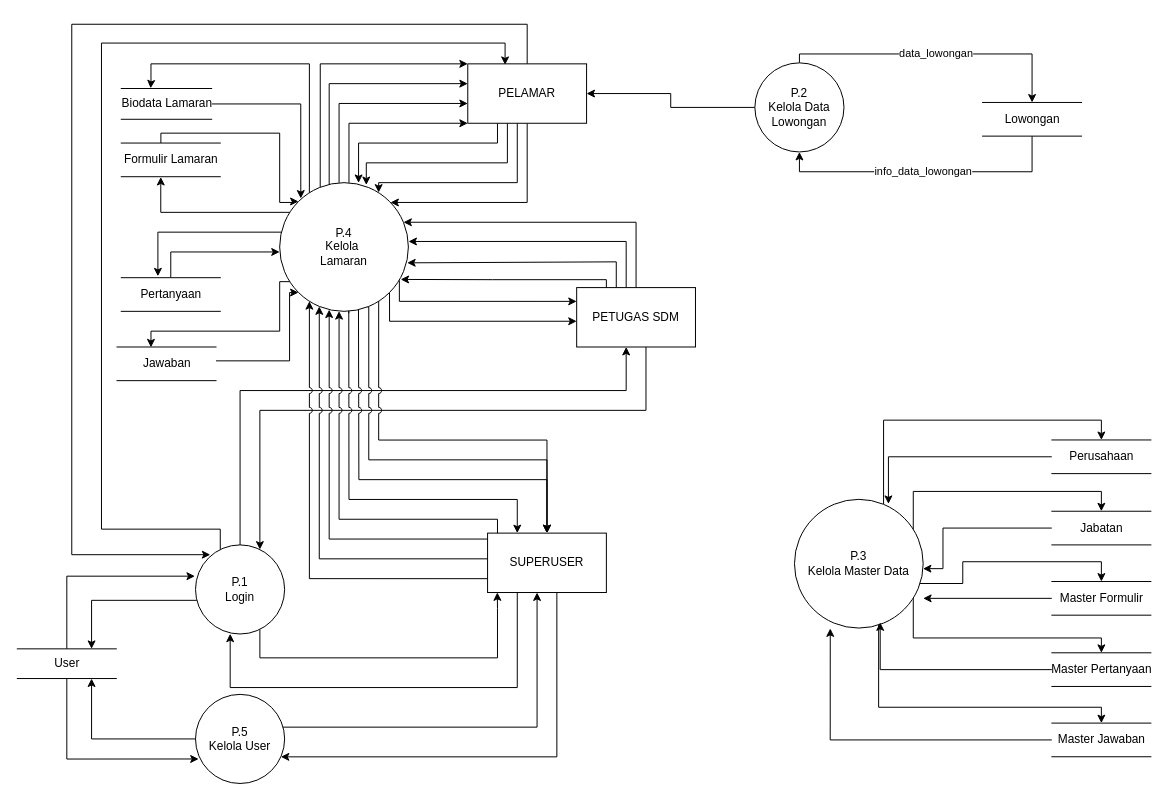
keys2505/tugas-akhir keeps this draw.io diagram as page "DFD 0" (2 of 7) of DFD v2.drawio. Above is the earlier version. Source tidied: cells renumbered, new cells numbered last; positions are measured from the earlier drawing's top-left corner, leaving out a move shared by most shapes. Both pictures are drawn from the tidied source at 99%, with x=0, y=0 at pixel (17, 24).
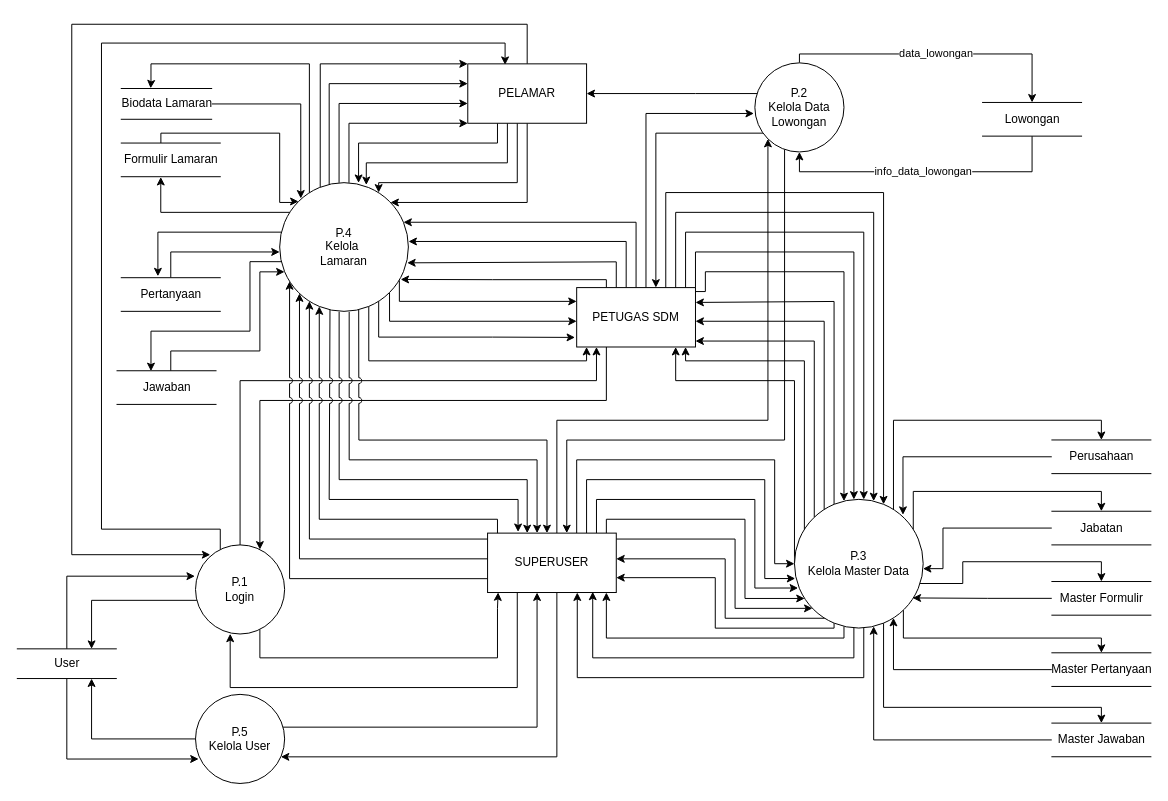
The same diagram, later.

Unchanged cells that the change refers to:
```xml
<mxCell id="6" value="&lt;div&gt;P.1&lt;/div&gt;&lt;div&gt;Login&lt;br&gt;&lt;/div&gt;" style="ellipse;whiteSpace=wrap;html=1;" parent="1" vertex="1">
  <mxGeometry x="180" y="525.9" width="90" height="90" as="geometry" />
</mxCell>
<mxCell id="12" value="PETUGAS SDM" style="rounded=0;whiteSpace=wrap;html=1;" parent="1" vertex="1">
  <mxGeometry x="565" y="266" width="120" height="60" as="geometry" />
</mxCell>
<mxCell id="18" value="PELAMAR" style="rounded=0;whiteSpace=wrap;html=1;" parent="1" vertex="1">
  <mxGeometry x="455" y="40" width="120" height="60" as="geometry" />
</mxCell>
<mxCell id="33" value="&lt;div&gt;P.2&lt;/div&gt;&lt;div&gt;Kelola Data Lowongan&lt;br&gt;&lt;/div&gt;" style="ellipse;whiteSpace=wrap;html=1;" parent="1" vertex="1">
  <mxGeometry x="745" y="39" width="90" height="90" as="geometry" />
</mxCell>
<mxCell id="39" value="&lt;div&gt;P.3&lt;/div&gt;&lt;div&gt;Kelola Master Data&lt;br&gt;&lt;/div&gt;" style="ellipse;whiteSpace=wrap;html=1;" parent="1" vertex="1">
  <mxGeometry x="785" y="479.9" width="130" height="130" as="geometry" />
</mxCell>
<mxCell id="54" value="&lt;div&gt;P.4&lt;/div&gt;&lt;div&gt;Kelola&amp;nbsp;&lt;/div&gt;&lt;div&gt;&lt;span style=&quot;background-color: initial;&quot;&gt;Lamaran&lt;/span&gt;&lt;br&gt;&lt;/div&gt;" style="ellipse;whiteSpace=wrap;html=1;" parent="1" vertex="1">
  <mxGeometry x="265" y="160" width="130" height="130" as="geometry" />
</mxCell>
<mxCell id="63" value="Master Formulir" style="html=1;dashed=0;whitespace=wrap;shape=partialRectangle;right=0;left=0;" parent="1" vertex="1">
  <mxGeometry x="1045" y="562.9" width="100" height="34" as="geometry" />
</mxCell>
<mxCell id="67" value="Perusahaan" style="html=1;dashed=0;whitespace=wrap;shape=partialRectangle;right=0;left=0;" parent="1" vertex="1">
  <mxGeometry x="1045" y="419.9" width="100" height="34" as="geometry" />
</mxCell>
<mxCell id="73" value="Master Pertanyaan" style="html=1;dashed=0;whitespace=wrap;shape=partialRectangle;right=0;left=0;" parent="1" vertex="1">
  <mxGeometry x="1045" y="634.9" width="100" height="34" as="geometry" />
</mxCell>
<mxCell id="75" value="Master Jawaban" style="html=1;dashed=0;whitespace=wrap;shape=partialRectangle;right=0;left=0;" parent="1" vertex="1">
  <mxGeometry x="1045" y="705.9" width="100" height="34" as="geometry" />
</mxCell>
```

The edit, as a diff of the source:
```diff
@@
     <mxCell id="3" style="edgeStyle=orthogonalEdgeStyle;rounded=0;jettySize=auto;html=1;" parent="1" edge="1" source="6" target="12">
       <mxGeometry relative="1" as="geometry">
         <Array as="points">
-          <mxPoint x="225" y="370" />
-          <mxPoint x="615" y="370" />
+          <mxPoint x="225" y="360" />
+          <mxPoint x="585" y="360" />
         </Array>
       </mxGeometry>
     </mxCell>
@@
     <mxCell id="7" style="edgeStyle=orthogonalEdgeStyle;rounded=0;jettySize=auto;html=1;" parent="1" edge="1" source="12" target="6">
       <mxGeometry relative="1" as="geometry">
         <Array as="points">
-          <mxPoint x="635" y="390" />
-          <mxPoint x="245" y="390" />
+          <mxPoint x="595" y="380" />
+          <mxPoint x="245" y="380" />
         </Array>
       </mxGeometry>
     </mxCell>
@@
+    <mxCell id="76" style="edgeStyle=orthogonalEdgeStyle;rounded=0;jettySize=auto;html=1;entryX=-0.011;entryY=0.568;entryDx=0;entryDy=0;entryPerimeter=0;" parent="1" edge="1" source="12" target="33">
+      <mxGeometry relative="1" as="geometry">
+        <Array as="points">
+          <mxPoint x="635" y="90" />
+        </Array>
+      </mxGeometry>
+    </mxCell>
+    <mxCell id="77" style="edgeStyle=orthogonalEdgeStyle;rounded=0;jettySize=auto;html=1;" parent="1" edge="1" source="12" target="39">
+      <mxGeometry relative="1" as="geometry">
+        <Array as="points">
+          <mxPoint x="665" y="190" />
+          <mxPoint x="865" y="190" />
+        </Array>
+      </mxGeometry>
+    </mxCell>
+    <mxCell id="78" style="edgeStyle=orthogonalEdgeStyle;rounded=0;jettySize=auto;html=1;" parent="1" edge="1" source="12" target="39">
+      <mxGeometry relative="1" as="geometry">
+        <Array as="points">
+          <mxPoint x="685" y="230" />
+          <mxPoint x="845" y="230" />
+        </Array>
+      </mxGeometry>
+    </mxCell>
+    <mxCell id="79" style="edgeStyle=orthogonalEdgeStyle;rounded=0;jettySize=auto;html=1;" parent="1" edge="1" source="12" target="39">
+      <mxGeometry relative="1" as="geometry">
+        <Array as="points">
+          <mxPoint x="655" y="170" />
+          <mxPoint x="875" y="170" />
+        </Array>
+      </mxGeometry>
+    </mxCell>
+    <mxCell id="80" style="edgeStyle=orthogonalEdgeStyle;rounded=0;jettySize=auto;html=1;" parent="1" edge="1" source="12" target="39">
+      <mxGeometry relative="1" as="geometry">
+        <Array as="points">
+          <mxPoint x="675" y="210" />
+          <mxPoint x="855" y="210" />
+        </Array>
+      </mxGeometry>
+    </mxCell>
+    <mxCell id="81" style="edgeStyle=orthogonalEdgeStyle;rounded=0;jettySize=auto;html=1;" parent="1" edge="1" source="12" target="39">
+      <mxGeometry relative="1" as="geometry">
+        <Array as="points">
+          <mxPoint x="695" y="270" />
+          <mxPoint x="695" y="250" />
+          <mxPoint x="835" y="250" />
+        </Array>
+      </mxGeometry>
+    </mxCell>
@@
-    <mxCell id="21" style="edgeStyle=orthogonalEdgeStyle;rounded=0;jettySize=auto;html=1;exitX=0.537;exitY=1.015;exitDx=0;exitDy=0;entryX=0.25;entryY=0;entryDx=0;entryDy=0;exitPerimeter=0;jumpStyle=arc;" parent="1" edge="1" source="54" target="25">
+    <mxCell id="21" style="edgeStyle=orthogonalEdgeStyle;rounded=0;jettySize=auto;html=1;exitX=0.391;exitY=0.98;exitDx=0;exitDy=0;entryX=0.237;entryY=-0.02;entryDx=0;entryDy=0;exitPerimeter=0;jumpStyle=arc;entryPerimeter=0;" parent="1" edge="1" source="54" target="25">
       <mxGeometry relative="1" as="geometry">
         <Array as="points">
-          <mxPoint x="335" y="288" />
-          <mxPoint x="335" y="288" />
-          <mxPoint x="335" y="480" />
-          <mxPoint x="505" y="480" />
+          <mxPoint x="316" y="292" />
+          <mxPoint x="315" y="292" />
+          <mxPoint x="315" y="480" />
+          <mxPoint x="506" y="480" />
         </Array>
       </mxGeometry>
     </mxCell>
-    <mxCell id="22" style="edgeStyle=orthogonalEdgeStyle;rounded=0;jettySize=auto;html=1;exitX=0.612;exitY=0.987;exitDx=0;exitDy=0;exitPerimeter=0;jumpStyle=arc;" parent="1" edge="1" source="54" target="25">
+    <mxCell id="22" style="edgeStyle=orthogonalEdgeStyle;rounded=0;jettySize=auto;html=1;jumpStyle=arc;exitX=0.462;exitY=1.003;exitDx=0;exitDy=0;exitPerimeter=0;" parent="1" edge="1" source="54" target="25">
       <mxGeometry relative="1" as="geometry">
         <Array as="points">
-          <mxPoint x="345" y="286" />
-          <mxPoint x="345" y="286" />
-          <mxPoint x="345" y="460" />
-          <mxPoint x="535" y="460" />
+          <mxPoint x="325" y="460" />
+          <mxPoint x="515" y="460" />
         </Array>
       </mxGeometry>
     </mxCell>
-    <mxCell id="23" style="edgeStyle=orthogonalEdgeStyle;rounded=0;jettySize=auto;html=1;exitX=0.682;exitY=0.965;exitDx=0;exitDy=0;exitPerimeter=0;jumpStyle=arc;" parent="1" edge="1" source="54" target="25">
+    <mxCell id="23" style="edgeStyle=orthogonalEdgeStyle;rounded=0;jettySize=auto;html=1;exitX=0.54;exitY=1.004;exitDx=0;exitDy=0;exitPerimeter=0;jumpStyle=arc;" parent="1" edge="1" source="54" target="25">
       <mxGeometry relative="1" as="geometry">
         <Array as="points">
-          <mxPoint x="355" y="286" />
-          <mxPoint x="355" y="440" />
-          <mxPoint x="535" y="440" />
+          <mxPoint x="335" y="440" />
+          <mxPoint x="525" y="440" />
         </Array>
       </mxGeometry>
     </mxCell>
-    <mxCell id="24" style="edgeStyle=orthogonalEdgeStyle;rounded=0;jettySize=auto;html=1;exitX=0.846;exitY=0.854;exitDx=0;exitDy=0;exitPerimeter=0;jumpStyle=arc;" parent="1" edge="1" source="54" target="25">
+    <mxCell id="24" style="edgeStyle=orthogonalEdgeStyle;rounded=0;jettySize=auto;html=1;exitX=0.614;exitY=0.988;exitDx=0;exitDy=0;exitPerimeter=0;jumpStyle=arc;" parent="1" edge="1" source="54" target="25">
       <mxGeometry relative="1" as="geometry">
         <Array as="points">
-          <mxPoint x="365" y="271" />
-          <mxPoint x="365" y="420" />
+          <mxPoint x="345" y="290" />
+          <mxPoint x="345" y="290" />
+          <mxPoint x="345" y="420" />
           <mxPoint x="535" y="420" />
         </Array>
       </mxGeometry>
     </mxCell>
+    <mxCell id="82" style="edgeStyle=orthogonalEdgeStyle;rounded=0;jettySize=auto;html=1;entryX=0;entryY=1;entryDx=0;entryDy=0;" parent="1" edge="1" source="25" target="33">
+      <mxGeometry relative="1" as="geometry">
+        <Array as="points">
+          <mxPoint x="545" y="400" />
+          <mxPoint x="758" y="400" />
+        </Array>
+      </mxGeometry>
+    </mxCell>
+    <mxCell id="83" style="edgeStyle=orthogonalEdgeStyle;rounded=0;jettySize=auto;html=1;entryX=0;entryY=0.5;entryDx=0;entryDy=0;" parent="1" edge="1" source="25" target="39">
+      <mxGeometry relative="1" as="geometry">
+        <Array as="points">
+          <mxPoint x="565" y="440" />
+          <mxPoint x="765" y="440" />
+          <mxPoint x="765" y="545" />
+        </Array>
+      </mxGeometry>
+    </mxCell>
+    <mxCell id="84" style="edgeStyle=orthogonalEdgeStyle;rounded=0;jettySize=auto;html=1;entryX=0.006;entryY=0.615;entryDx=0;entryDy=0;entryPerimeter=0;" parent="1" edge="1" source="25" target="39">
+      <mxGeometry relative="1" as="geometry">
+        <Array as="points">
+          <mxPoint x="575" y="460" />
+          <mxPoint x="755" y="460" />
+          <mxPoint x="755" y="560" />
+        </Array>
+      </mxGeometry>
+    </mxCell>
+    <mxCell id="85" style="edgeStyle=orthogonalEdgeStyle;rounded=0;jettySize=auto;html=1;entryX=0.028;entryY=0.689;entryDx=0;entryDy=0;entryPerimeter=0;" parent="1" edge="1" source="25" target="39">
+      <mxGeometry relative="1" as="geometry">
+        <Array as="points">
+          <mxPoint x="585" y="480" />
+          <mxPoint x="745" y="480" />
+          <mxPoint x="745" y="570" />
+        </Array>
+      </mxGeometry>
+    </mxCell>
+    <mxCell id="86" style="edgeStyle=orthogonalEdgeStyle;rounded=0;jettySize=auto;html=1;" parent="1" edge="1" source="25" target="39">
+      <mxGeometry relative="1" as="geometry">
+        <Array as="points">
+          <mxPoint x="595" y="500" />
+          <mxPoint x="735" y="500" />
+          <mxPoint x="735" y="580" />
+        </Array>
+      </mxGeometry>
+    </mxCell>
     <mxCell id="25" value="SUPERUSER" style="rounded=0;whiteSpace=wrap;html=1;" parent="1" vertex="1">
-      <mxGeometry x="475" y="514" width="120" height="60" as="geometry" />
+      <mxGeometry x="475" y="514" width="130" height="60" as="geometry" />
     </mxCell>
@@
     <mxCell id="32" style="edgeStyle=orthogonalEdgeStyle;rounded=0;jettySize=auto;html=1;" parent="1" edge="1" source="33" target="18">
-      <mxGeometry relative="1" as="geometry" />
+      <mxGeometry relative="1" as="geometry">
+        <Array as="points">
+          <mxPoint x="685" y="70" />
+          <mxPoint x="685" y="70" />
+        </Array>
+      </mxGeometry>
     </mxCell>
+    <mxCell id="87" style="edgeStyle=orthogonalEdgeStyle;rounded=0;jettySize=auto;html=1;" parent="1" edge="1" source="33">
+      <mxGeometry relative="1" as="geometry">
+        <mxPoint x="645" y="266" as="targetPoint" />
+        <Array as="points">
+          <mxPoint x="645" y="110" />
+        </Array>
+      </mxGeometry>
+    </mxCell>
+    <mxCell id="88" style="edgeStyle=orthogonalEdgeStyle;rounded=0;jettySize=auto;html=1;" parent="1" edge="1" source="33" target="25">
+      <mxGeometry relative="1" as="geometry">
+        <Array as="points">
+          <mxPoint x="775" y="420" />
+          <mxPoint x="555" y="420" />
+        </Array>
+      </mxGeometry>
+    </mxCell>
@@
     <mxCell id="34" style="edgeStyle=orthogonalEdgeStyle;rounded=0;jettySize=auto;html=1;entryX=0.5;entryY=0;entryDx=0;entryDy=0;" parent="1" edge="1" source="39" target="67">
       <mxGeometry relative="1" as="geometry">
         <Array as="points">
-          <mxPoint x="875" y="399.9" />
-          <mxPoint x="1095" y="399.9" />
+          <mxPoint x="885" y="400" />
+          <mxPoint x="1095" y="400" />
         </Array>
       </mxGeometry>
     </mxCell>
@@
     <mxCell id="37" style="edgeStyle=orthogonalEdgeStyle;rounded=0;jettySize=auto;html=1;entryX=0.5;entryY=0;entryDx=0;entryDy=0;" parent="1" edge="1" source="39" target="73">
       <mxGeometry relative="1" as="geometry">
         <Array as="points">
-          <mxPoint x="905" y="619.9" />
-          <mxPoint x="1095" y="619.9" />
+          <mxPoint x="895" y="620" />
+          <mxPoint x="1095" y="620" />
         </Array>
       </mxGeometry>
     </mxCell>
     <mxCell id="38" style="edgeStyle=orthogonalEdgeStyle;rounded=0;jettySize=auto;html=1;entryX=0.5;entryY=0;entryDx=0;entryDy=0;" parent="1" edge="1" source="39" target="75">
       <mxGeometry relative="1" as="geometry">
         <Array as="points">
-          <mxPoint x="870" y="689.9" />
-          <mxPoint x="1095" y="689.9" />
+          <mxPoint x="875" y="690" />
+          <mxPoint x="1095" y="690" />
         </Array>
       </mxGeometry>
     </mxCell>
+    <mxCell id="89" style="edgeStyle=orthogonalEdgeStyle;rounded=0;jettySize=auto;html=1;entryX=1;entryY=0.25;entryDx=0;entryDy=0;" parent="1" edge="1" source="39" target="12">
+      <mxGeometry relative="1" as="geometry">
+        <Array as="points">
+          <mxPoint x="825" y="280" />
+          <mxPoint x="685" y="280" />
+        </Array>
+      </mxGeometry>
+    </mxCell>
+    <mxCell id="90" style="edgeStyle=orthogonalEdgeStyle;rounded=0;jettySize=auto;html=1;" parent="1" edge="1" source="39">
+      <mxGeometry relative="1" as="geometry">
+        <mxPoint x="685" y="300" as="targetPoint" />
+        <Array as="points">
+          <mxPoint x="815" y="300" />
+          <mxPoint x="685" y="300" />
+        </Array>
+      </mxGeometry>
+    </mxCell>
+    <mxCell id="91" style="edgeStyle=orthogonalEdgeStyle;rounded=0;jettySize=auto;html=1;" parent="1" edge="1" source="39" target="12">
+      <mxGeometry relative="1" as="geometry">
+        <Array as="points">
+          <mxPoint x="805" y="320" />
+        </Array>
+      </mxGeometry>
+    </mxCell>
+    <mxCell id="92" style="edgeStyle=orthogonalEdgeStyle;rounded=0;jettySize=auto;html=1;" parent="1" edge="1" source="39" target="12">
+      <mxGeometry relative="1" as="geometry">
+        <Array as="points">
+          <mxPoint x="795" y="340" />
+          <mxPoint x="675" y="340" />
+        </Array>
+      </mxGeometry>
+    </mxCell>
+    <mxCell id="93" style="edgeStyle=orthogonalEdgeStyle;rounded=0;jettySize=auto;html=1;" parent="1" edge="1" source="39" target="12">
+      <mxGeometry relative="1" as="geometry">
+        <Array as="points">
+          <mxPoint x="785" y="360" />
+          <mxPoint x="665" y="360" />
+        </Array>
+      </mxGeometry>
+    </mxCell>
+    <mxCell id="94" style="edgeStyle=orthogonalEdgeStyle;rounded=0;jettySize=auto;html=1;" parent="1" edge="1" source="25" target="39">
+      <mxGeometry relative="1" as="geometry">
+        <Array as="points">
+          <mxPoint x="725" y="520" />
+          <mxPoint x="725" y="590" />
+        </Array>
+      </mxGeometry>
+    </mxCell>
+    <mxCell id="95" style="edgeStyle=orthogonalEdgeStyle;rounded=0;jettySize=auto;html=1;" parent="1" edge="1" source="39" target="25">
+      <mxGeometry relative="1" as="geometry">
+        <Array as="points">
+          <mxPoint x="715" y="600" />
+          <mxPoint x="715" y="540" />
+        </Array>
+      </mxGeometry>
+    </mxCell>
+    <mxCell id="96" style="edgeStyle=orthogonalEdgeStyle;rounded=0;jettySize=auto;html=1;entryX=1;entryY=0.75;entryDx=0;entryDy=0;" parent="1" edge="1" source="39" target="25">
+      <mxGeometry relative="1" as="geometry">
+        <Array as="points">
+          <mxPoint x="825" y="610" />
+          <mxPoint x="705" y="610" />
+          <mxPoint x="705" y="559" />
+        </Array>
+      </mxGeometry>
+    </mxCell>
+    <mxCell id="97" style="edgeStyle=orthogonalEdgeStyle;rounded=0;jettySize=auto;html=1;" parent="1" edge="1" source="39" target="25">
+      <mxGeometry relative="1" as="geometry">
+        <Array as="points">
+          <mxPoint x="835" y="620" />
+          <mxPoint x="595" y="620" />
+        </Array>
+      </mxGeometry>
+    </mxCell>
+    <mxCell id="98" style="edgeStyle=orthogonalEdgeStyle;rounded=0;jettySize=auto;html=1;entryX=0.817;entryY=0.987;entryDx=0;entryDy=0;entryPerimeter=0;" parent="1" edge="1" source="39" target="25">
+      <mxGeometry relative="1" as="geometry">
+        <Array as="points">
+          <mxPoint x="845" y="640" />
+          <mxPoint x="581" y="640" />
+        </Array>
+      </mxGeometry>
+    </mxCell>
+    <mxCell id="99" style="edgeStyle=orthogonalEdgeStyle;rounded=0;jettySize=auto;html=1;entryX=0.697;entryY=1;entryDx=0;entryDy=0;entryPerimeter=0;" parent="1" edge="1" source="39" target="25">
+      <mxGeometry relative="1" as="geometry">
+        <Array as="points">
+          <mxPoint x="855" y="660" />
+          <mxPoint x="565" y="660" />
+          <mxPoint x="565" y="574" />
+        </Array>
+      </mxGeometry>
+    </mxCell>
@@
-    <mxCell id="43" style="edgeStyle=orthogonalEdgeStyle;rounded=0;jettySize=auto;html=1;entryX=0.343;entryY=0.01;entryDx=0;entryDy=0;entryPerimeter=0;" parent="1" edge="1" target="71">
+    <mxCell id="43" style="edgeStyle=orthogonalEdgeStyle;rounded=0;jettySize=auto;html=1;entryX=0.343;entryY=0.01;entryDx=0;entryDy=0;entryPerimeter=0;exitX=0.025;exitY=0.614;exitDx=0;exitDy=0;exitPerimeter=0;" parent="1" edge="1" source="54" target="71">
       <mxGeometry relative="1" as="geometry">
-        <mxPoint x="285" y="272" as="sourcePoint" />
         <Array as="points">
-          <mxPoint x="285" y="260" />
-          <mxPoint x="265" y="260" />
-          <mxPoint x="265" y="310" />
+          <mxPoint x="235" y="240" />
+          <mxPoint x="235" y="310" />
           <mxPoint x="135" y="310" />
         </Array>
       </mxGeometry>
     </mxCell>
     <mxCell id="44" style="edgeStyle=orthogonalEdgeStyle;rounded=0;jettySize=auto;html=1;jumpStyle=arc;exitX=0;exitY=0.767;exitDx=0;exitDy=0;exitPerimeter=0;" parent="1" edge="1" source="25" target="54">
       <mxGeometry relative="1" as="geometry">
         <Array as="points">
-          <mxPoint x="295" y="560" />
+          <mxPoint x="275" y="560" />
         </Array>
       </mxGeometry>
     </mxCell>
     <mxCell id="45" style="edgeStyle=orthogonalEdgeStyle;rounded=0;jettySize=auto;html=1;jumpStyle=arc;exitX=0;exitY=0.433;exitDx=0;exitDy=0;exitPerimeter=0;" parent="1" edge="1" source="25" target="54">
       <mxGeometry relative="1" as="geometry">
         <Array as="points">
-          <mxPoint x="305" y="540" />
+          <mxPoint x="285" y="540" />
         </Array>
       </mxGeometry>
     </mxCell>
     <mxCell id="46" style="edgeStyle=orthogonalEdgeStyle;rounded=0;jettySize=auto;html=1;jumpStyle=arc;" parent="1" edge="1" target="54">
       <mxGeometry relative="1" as="geometry">
         <mxPoint x="475" y="520" as="sourcePoint" />
         <Array as="points">
-          <mxPoint x="315" y="520" />
+          <mxPoint x="295" y="520" />
         </Array>
       </mxGeometry>
     </mxCell>
     <mxCell id="47" style="edgeStyle=orthogonalEdgeStyle;rounded=0;jettySize=auto;html=1;jumpStyle=arc;" parent="1" edge="1" target="54">
       <mxGeometry relative="1" as="geometry">
         <mxPoint x="485" y="514" as="sourcePoint" />
         <Array as="points">
           <mxPoint x="485" y="500" />
-          <mxPoint x="325" y="500" />
+          <mxPoint x="305" y="500" />
         </Array>
       </mxGeometry>
     </mxCell>
@@
+    <mxCell id="100" style="edgeStyle=orthogonalEdgeStyle;rounded=0;jettySize=auto;html=1;entryX=-0.014;entryY=0.839;entryDx=0;entryDy=0;entryPerimeter=0;" parent="1" edge="1" source="54" target="12">
+      <mxGeometry relative="1" as="geometry">
+        <Array as="points">
+          <mxPoint x="365" y="316" />
+          <mxPoint x="480" y="316" />
+        </Array>
+      </mxGeometry>
+    </mxCell>
+    <mxCell id="101" style="edgeStyle=orthogonalEdgeStyle;rounded=0;jettySize=auto;html=1;" parent="1" edge="1" source="54" target="12">
+      <mxGeometry relative="1" as="geometry">
+        <Array as="points">
+          <mxPoint x="355" y="340" />
+          <mxPoint x="575" y="340" />
+        </Array>
+      </mxGeometry>
+    </mxCell>
@@
-    <mxCell id="62" style="edgeStyle=orthogonalEdgeStyle;rounded=0;jettySize=auto;html=1;" parent="1" edge="1" source="63">
-      <mxGeometry relative="1" as="geometry">
-        <mxPoint x="915" y="579.9" as="targetPoint" />
-      </mxGeometry>
+    <mxCell id="62" style="edgeStyle=orthogonalEdgeStyle;rounded=0;jettySize=auto;html=1;entryX=0.918;entryY=0.766;entryDx=0;entryDy=0;entryPerimeter=0;" parent="1" edge="1" source="63" target="39">
+      <mxGeometry relative="1" as="geometry" />
     </mxCell>
@@
-    <mxCell id="66" style="edgeStyle=orthogonalEdgeStyle;rounded=0;jettySize=auto;html=1;entryX=0.73;entryY=0.035;entryDx=0;entryDy=0;entryPerimeter=0;" parent="1" edge="1" source="67" target="39">
-      <mxGeometry relative="1" as="geometry" />
+    <mxCell id="66" style="edgeStyle=orthogonalEdgeStyle;rounded=0;jettySize=auto;html=1;entryX=0.843;entryY=0.12;entryDx=0;entryDy=0;entryPerimeter=0;" parent="1" edge="1" source="67" target="39">
+      <mxGeometry relative="1" as="geometry">
+        <Array as="points">
+          <mxPoint x="895" y="437" />
+          <mxPoint x="895" y="496" />
+        </Array>
+      </mxGeometry>
     </mxCell>
@@
-    <mxCell id="70" style="edgeStyle=orthogonalEdgeStyle;rounded=0;jettySize=auto;html=1;entryX=0;entryY=1;entryDx=0;entryDy=0;" parent="1" edge="1" source="71" target="54">
+    <mxCell id="70" style="edgeStyle=orthogonalEdgeStyle;rounded=0;jettySize=auto;html=1;entryX=0.038;entryY=0.693;entryDx=0;entryDy=0;entryPerimeter=0;" parent="1" edge="1" source="71" target="54">
       <mxGeometry relative="1" as="geometry">
         <Array as="points">
-          <mxPoint x="275" y="340" />
-          <mxPoint x="275" y="271" />
+          <mxPoint x="155" y="330" />
+          <mxPoint x="245" y="330" />
+          <mxPoint x="245" y="250" />
         </Array>
       </mxGeometry>
     </mxCell>
     <mxCell id="71" value="Jawaban" style="html=1;dashed=0;whitespace=wrap;shape=partialRectangle;right=0;left=0;" parent="1" vertex="1">
-      <mxGeometry x="100.7" y="326" width="100" height="34" as="geometry" />
+      <mxGeometry x="100.7" y="350" width="100" height="34" as="geometry" />
     </mxCell>
-    <mxCell id="72" style="edgeStyle=orthogonalEdgeStyle;rounded=0;jettySize=auto;html=1;entryX=0.666;entryY=0.956;entryDx=0;entryDy=0;entryPerimeter=0;" parent="1" edge="1" source="73" target="39">
-      <mxGeometry relative="1" as="geometry" />
+    <mxCell id="72" style="edgeStyle=orthogonalEdgeStyle;rounded=0;jettySize=auto;html=1;" parent="1" edge="1" source="73" target="39">
+      <mxGeometry relative="1" as="geometry">
+        <Array as="points">
+          <mxPoint x="885" y="652" />
+        </Array>
+      </mxGeometry>
     </mxCell>
@@
-    <mxCell id="74" style="edgeStyle=orthogonalEdgeStyle;rounded=0;jettySize=auto;html=1;entryX=0.278;entryY=1.003;entryDx=0;entryDy=0;entryPerimeter=0;" parent="1" edge="1" source="75" target="39">
-      <mxGeometry relative="1" as="geometry" />
+    <mxCell id="74" style="edgeStyle=orthogonalEdgeStyle;rounded=0;jettySize=auto;html=1;" parent="1" edge="1" source="75" target="39">
+      <mxGeometry relative="1" as="geometry">
+        <Array as="points">
+          <mxPoint x="865" y="723" />
+        </Array>
+      </mxGeometry>
     </mxCell>
```
